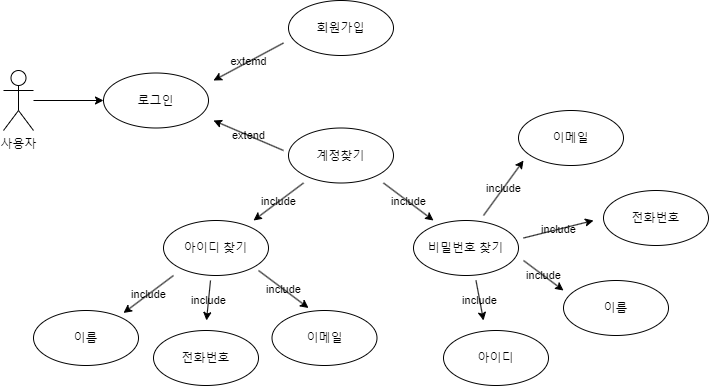
Yoon-jae-min/UsecaseDiagram keeps this draw.io diagram as 사용자 로그인.png. Above is the earlier version. Source tidied: cells renumbered, new cells last; positions are measured from the earlier drawing's top-left corner, leaving out a move shared by most shapes.
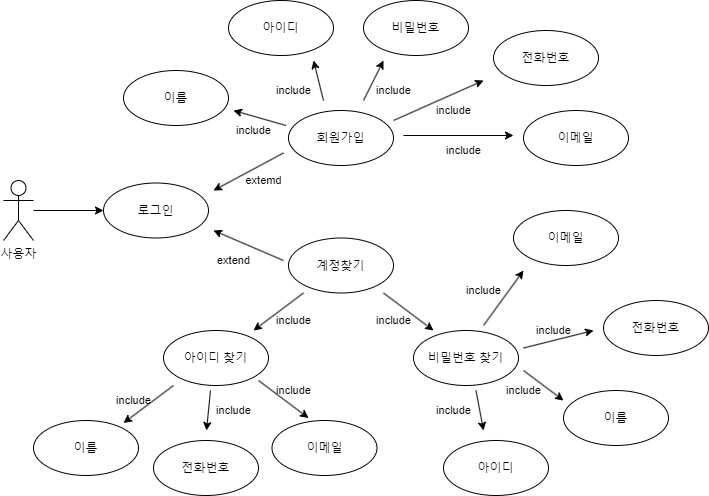
The same diagram one commit later.

Commit message:
사용자 로그인.png 업데이트

Change to the diagram source:
```diff
@@ -15,13 +15,13 @@
       <mxGeometry x="285" width="105" height="55" as="geometry" />
     </mxCell>
     <mxCell id="6" value="extemd" style="endArrow=classic;html=1;rounded=0;startFill=1;spacingTop=-1;labelBackgroundColor=none;" parent="1" edge="1">
-      <mxGeometry relative="1" as="geometry">
+      <mxGeometry x="-0.23" y="15" relative="1" as="geometry">
         <mxPoint x="280" y="42.5" as="sourcePoint" />
         <mxPoint x="210" y="80" as="targetPoint" />
       </mxGeometry>
     </mxCell>
     <mxCell id="7" value="extend" style="endArrow=classic;html=1;rounded=0;startFill=1;spacingTop=-1;labelBackgroundColor=none;" parent="1" edge="1">
-      <mxGeometry relative="1" as="geometry">
+      <mxGeometry x="0.21" y="20" relative="1" as="geometry">
         <mxPoint x="280" y="150" as="sourcePoint" />
         <mxPoint x="210" y="120" as="targetPoint" />
       </mxGeometry>
@@ -36,19 +36,19 @@
       <mxGeometry x="410" y="220" width="105" height="55" as="geometry" />
     </mxCell>
     <mxCell id="11" value="include" style="endArrow=classic;html=1;rounded=0;labelBackgroundColor=none;" parent="1" edge="1">
-      <mxGeometry relative="1" as="geometry">
+      <mxGeometry x="-0.22" y="16" relative="1" as="geometry">
         <mxPoint x="300" y="182.5" as="sourcePoint" />
         <mxPoint x="250" y="220" as="targetPoint" />
       </mxGeometry>
     </mxCell>
     <mxCell id="12" value="include" style="endArrow=classic;html=1;rounded=0;labelBackgroundColor=none;" parent="1" edge="1">
-      <mxGeometry relative="1" as="geometry">
+      <mxGeometry x="-0.22" y="-16" relative="1" as="geometry">
         <mxPoint x="380" y="182.5" as="sourcePoint" />
         <mxPoint x="430" y="220" as="targetPoint" />
       </mxGeometry>
     </mxCell>
     <mxCell id="13" value="include" style="endArrow=classic;html=1;rounded=0;labelBackgroundColor=none;" parent="1" edge="1">
-      <mxGeometry relative="1" as="geometry">
+      <mxGeometry x="0.31" y="-12" relative="1" as="geometry">
         <mxPoint x="170" y="275" as="sourcePoint" />
         <mxPoint x="120" y="312.5" as="targetPoint" />
       </mxGeometry>
@@ -63,19 +63,19 @@
       <mxGeometry x="268.5" y="310" width="105" height="55" as="geometry" />
     </mxCell>
     <mxCell id="17" value="include" style="endArrow=classic;html=1;rounded=0;labelBackgroundColor=none;" parent="1" edge="1">
-      <mxGeometry relative="1" as="geometry">
+      <mxGeometry x="0.09" y="13" relative="1" as="geometry">
         <mxPoint x="255" y="270" as="sourcePoint" />
         <mxPoint x="305" y="307.5" as="targetPoint" />
       </mxGeometry>
     </mxCell>
     <mxCell id="18" value="include" style="endArrow=classic;html=1;rounded=0;labelBackgroundColor=none;" parent="1" edge="1">
-      <mxGeometry relative="1" as="geometry">
+      <mxGeometry x="-0.12" y="25" relative="1" as="geometry">
         <mxPoint x="207" y="280" as="sourcePoint" />
         <mxPoint x="203" y="320" as="targetPoint" />
       </mxGeometry>
     </mxCell>
     <mxCell id="19" value="&lt;div&gt;&lt;/div&gt;&lt;div&gt;&lt;/div&gt;&lt;div&gt;&lt;br&gt;&lt;/div&gt;&lt;div&gt;이메일&lt;/div&gt;" style="ellipse;whiteSpace=wrap;html=1;verticalAlign=top;fillColor=none;direction=east;" parent="1" vertex="1">
-      <mxGeometry x="515" y="110" width="105" height="55" as="geometry" />
+      <mxGeometry x="510" y="100" width="105" height="55" as="geometry" />
     </mxCell>
     <mxCell id="20" value="&lt;div&gt;&lt;/div&gt;&lt;div&gt;&lt;/div&gt;&lt;div&gt;&lt;br&gt;&lt;/div&gt;&lt;div&gt;전화번호&lt;/div&gt;" style="ellipse;whiteSpace=wrap;html=1;verticalAlign=top;fillColor=none;direction=east;" parent="1" vertex="1">
       <mxGeometry x="600" y="190" width="105" height="55" as="geometry" />
@@ -87,28 +87,75 @@
       <mxGeometry x="560" y="280" width="105" height="55" as="geometry" />
     </mxCell>
     <mxCell id="23" value="include" style="endArrow=classic;html=1;rounded=0;labelBackgroundColor=none;" parent="1" edge="1">
-      <mxGeometry relative="1" as="geometry">
+      <mxGeometry x="-0.17" y="21" relative="1" as="geometry">
         <mxPoint x="480" y="215" as="sourcePoint" />
         <mxPoint x="520" y="160" as="targetPoint" />
+        <mxPoint x="1" as="offset" />
       </mxGeometry>
     </mxCell>
     <mxCell id="24" value="include" style="endArrow=classic;html=1;rounded=0;labelBackgroundColor=none;" parent="1" edge="1">
-      <mxGeometry relative="1" as="geometry">
+      <mxGeometry x="-0.08" y="10" relative="1" as="geometry">
         <mxPoint x="520" y="237.5" as="sourcePoint" />
         <mxPoint x="590" y="220" as="targetPoint" />
       </mxGeometry>
     </mxCell>
     <mxCell id="25" value="include" style="endArrow=classic;html=1;rounded=0;labelBackgroundColor=none;" parent="1" edge="1">
-      <mxGeometry relative="1" as="geometry">
+      <mxGeometry x="-0.52" y="-16" relative="1" as="geometry">
         <mxPoint x="520" y="260" as="sourcePoint" />
         <mxPoint x="560" y="290" as="targetPoint" />
       </mxGeometry>
     </mxCell>
     <mxCell id="26" value="include" style="endArrow=classic;html=1;rounded=0;labelBackgroundColor=none;" parent="1" edge="1">
-      <mxGeometry relative="1" as="geometry">
+      <mxGeometry x="-0.24" y="-26" relative="1" as="geometry">
         <mxPoint x="472.5" y="280" as="sourcePoint" />
         <mxPoint x="480" y="320" as="targetPoint" />
+        <mxPoint y="-1" as="offset" />
       </mxGeometry>
     </mxCell>
+    <mxCell id="27" value="&lt;div&gt;&lt;/div&gt;&lt;div&gt;&lt;/div&gt;&lt;div&gt;&lt;br&gt;&lt;/div&gt;&lt;div&gt;이름&lt;/div&gt;" style="ellipse;whiteSpace=wrap;html=1;verticalAlign=top;fillColor=none;direction=east;" parent="1" vertex="1">
+      <mxGeometry x="120" y="-40" width="105" height="55" as="geometry" />
+    </mxCell>
+    <mxCell id="28" value="&lt;div&gt;&lt;/div&gt;&lt;div&gt;&lt;/div&gt;&lt;div&gt;&lt;br&gt;&lt;/div&gt;&lt;div&gt;아이디&lt;/div&gt;" style="ellipse;whiteSpace=wrap;html=1;verticalAlign=top;fillColor=none;direction=east;" parent="1" vertex="1">
+      <mxGeometry x="225" y="-110" width="105" height="55" as="geometry" />
+    </mxCell>
+    <mxCell id="29" value="&lt;div&gt;&lt;br&gt;&lt;/div&gt;비밀번호&lt;div&gt;&lt;/div&gt;" style="ellipse;whiteSpace=wrap;html=1;verticalAlign=top;fillColor=none;direction=east;" parent="1" vertex="1">
+      <mxGeometry x="360" y="-110" width="105" height="55" as="geometry" />
+    </mxCell>
+    <mxCell id="30" value="&lt;div&gt;&lt;/div&gt;&lt;div&gt;&lt;/div&gt;&lt;div&gt;&lt;br&gt;&lt;/div&gt;&lt;div&gt;전화번호&lt;/div&gt;" style="ellipse;whiteSpace=wrap;html=1;verticalAlign=top;fillColor=none;direction=east;" parent="1" vertex="1">
+      <mxGeometry x="490" y="-80" width="105" height="55" as="geometry" />
+    </mxCell>
+    <mxCell id="31" value="&lt;div&gt;&lt;/div&gt;&lt;div&gt;&lt;/div&gt;&lt;div&gt;&lt;br&gt;&lt;/div&gt;&lt;div&gt;이메일&lt;/div&gt;" style="ellipse;whiteSpace=wrap;html=1;verticalAlign=top;fillColor=none;direction=east;" parent="1" vertex="1">
+      <mxGeometry x="520" width="105" height="55" as="geometry" />
+    </mxCell>
+    <mxCell id="32" value="include" style="endArrow=classic;html=1;rounded=0;labelBackgroundColor=none;" parent="1" edge="1">
+      <mxGeometry x="0.09" y="-15" relative="1" as="geometry">
+        <mxPoint x="400" y="25" as="sourcePoint" />
+        <mxPoint x="510" y="25" as="targetPoint" />
+      </mxGeometry>
+    </mxCell>
+    <mxCell id="33" value="include" style="endArrow=classic;html=1;rounded=0;labelBackgroundColor=none;" parent="1" edge="1">
+      <mxGeometry x="0.2" y="-15" relative="1" as="geometry">
+        <mxPoint x="390" y="10" as="sourcePoint" />
+        <mxPoint x="480" y="-30" as="targetPoint" />
+      </mxGeometry>
+    </mxCell>
+    <mxCell id="34" value="include" style="endArrow=classic;html=1;rounded=0;labelBackgroundColor=none;" parent="1" edge="1">
+      <mxGeometry y="-22" relative="1" as="geometry">
+        <mxPoint x="360" y="-10" as="sourcePoint" />
+        <mxPoint x="380" y="-50" as="targetPoint" />
+      </mxGeometry>
+    </mxCell>
+    <mxCell id="35" value="include" style="endArrow=classic;html=1;rounded=0;labelBackgroundColor=none;" parent="1" edge="1">
+      <mxGeometry x="-0.18" y="27" relative="1" as="geometry">
+        <mxPoint x="320" y="-10" as="sourcePoint" />
+        <mxPoint x="310" y="-50" as="targetPoint" />
+      </mxGeometry>
+    </mxCell>
+    <mxCell id="36" value="include" style="endArrow=classic;html=1;rounded=0;labelBackgroundColor=none;" parent="1" edge="1">
+      <mxGeometry x="0.09" y="14" relative="1" as="geometry">
+        <mxPoint x="282.5" y="15" as="sourcePoint" />
+        <mxPoint x="230" as="targetPoint" />
+      </mxGeometry>
+    </mxCell>
   </root>
 </mxGraphModel>
```
